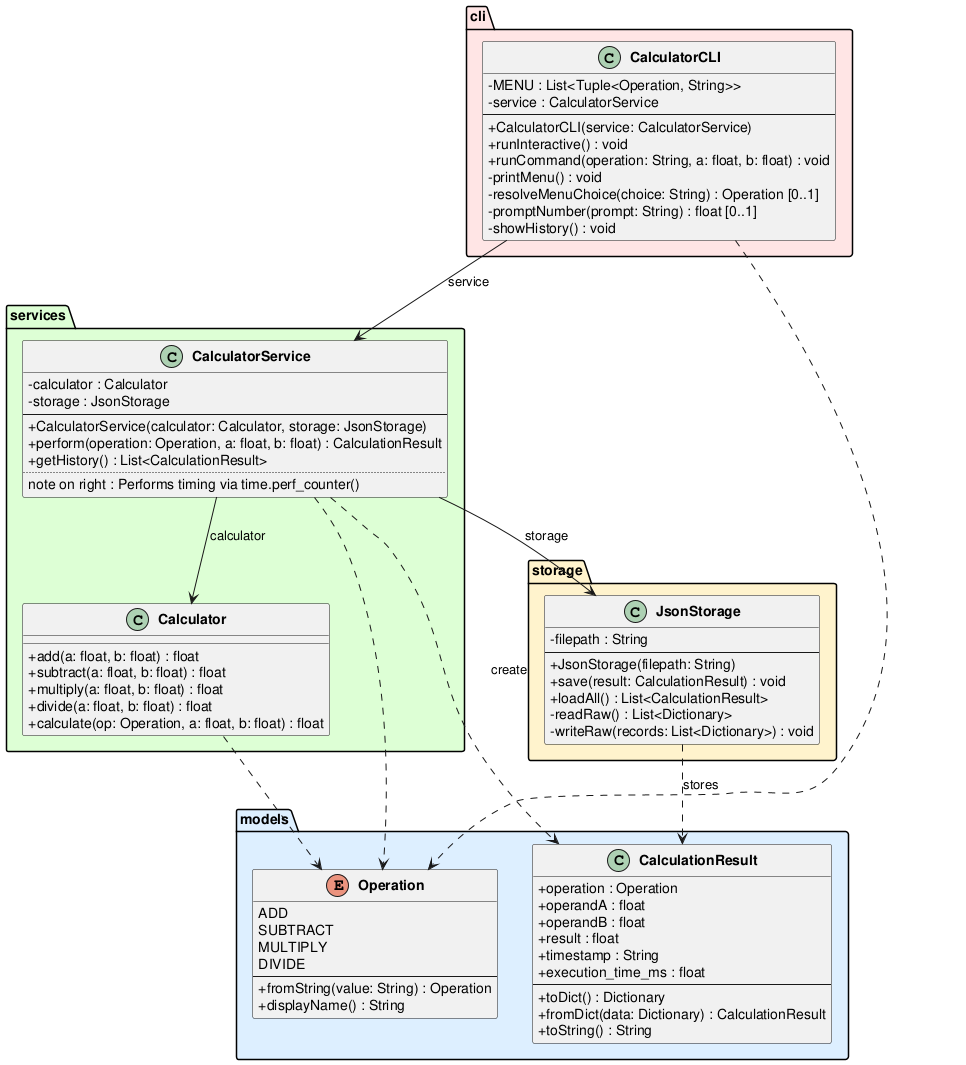
The PlantUML diagram experiments/pipeline/user_stories/calculator/artifacts/class_diagram.png in DanielRiha8906/Software_autoevolution_using_agents, before a commit.
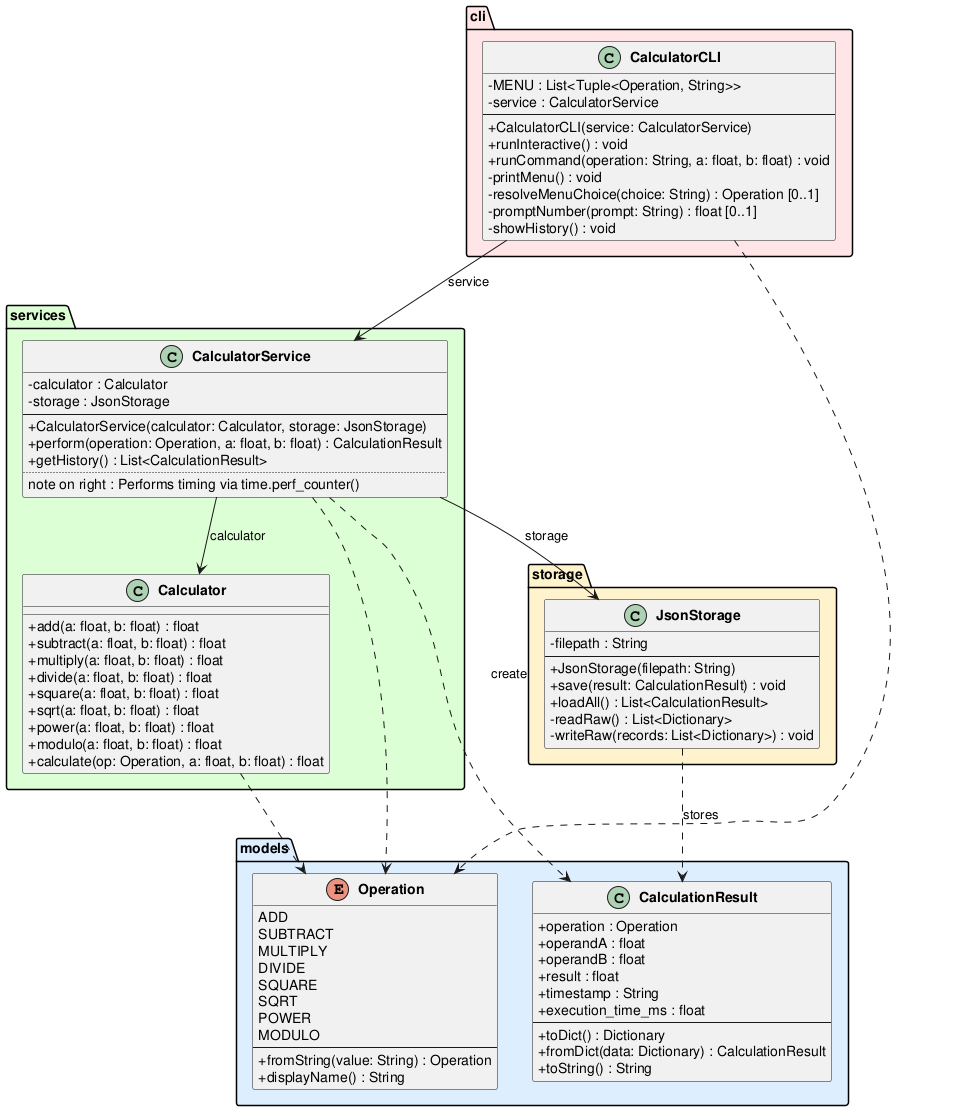
The same file after the commit.

The edit, as a diff of the source:
```diff
@@ -9,6 +9,10 @@
         SUBTRACT
         MULTIPLY
         DIVIDE
+        SQUARE
+        SQRT
+        POWER
+        MODULO
         --
         +fromString(value: String) : Operation
         +displayName() : String
@@ -34,6 +38,10 @@
         +subtract(a: float, b: float) : float
         +multiply(a: float, b: float) : float
         +divide(a: float, b: float) : float
+        +square(a: float, b: float) : float
+        +sqrt(a: float, b: float) : float
+        +power(a: float, b: float) : float
+        +modulo(a: float, b: float) : float
         +calculate(op: Operation, a: float, b: float) : float
     }
 
```
